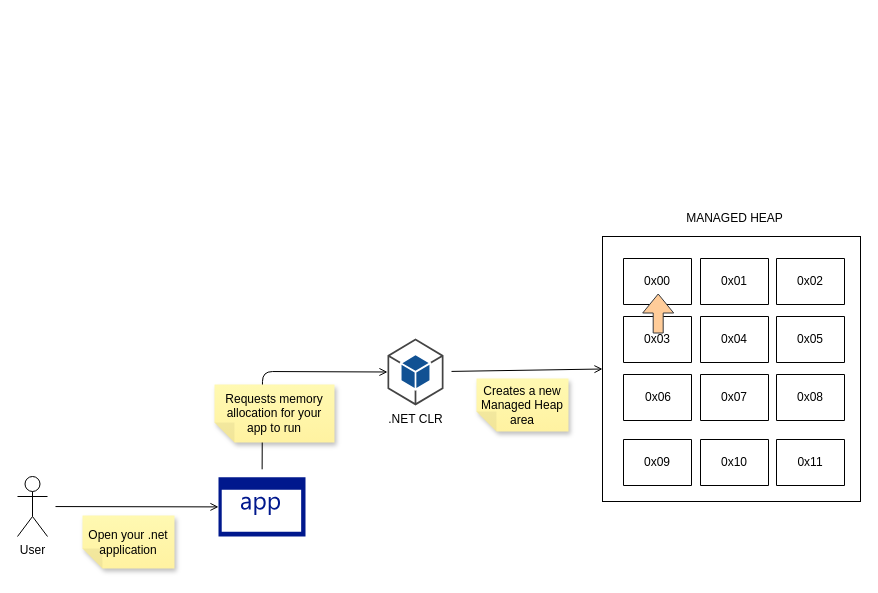
Before: garbage_collector.drawio in otaviolarrosa/diagrams, a draw.io diagram. Source tidied: cells renumbered, new cells numbered last; positions are measured from the earlier drawing's top-left corner, leaving out a move shared by most shapes. Both pictures are drawn from the tidied source at 100%, with x=0, y=0 at pixel (17, 203).
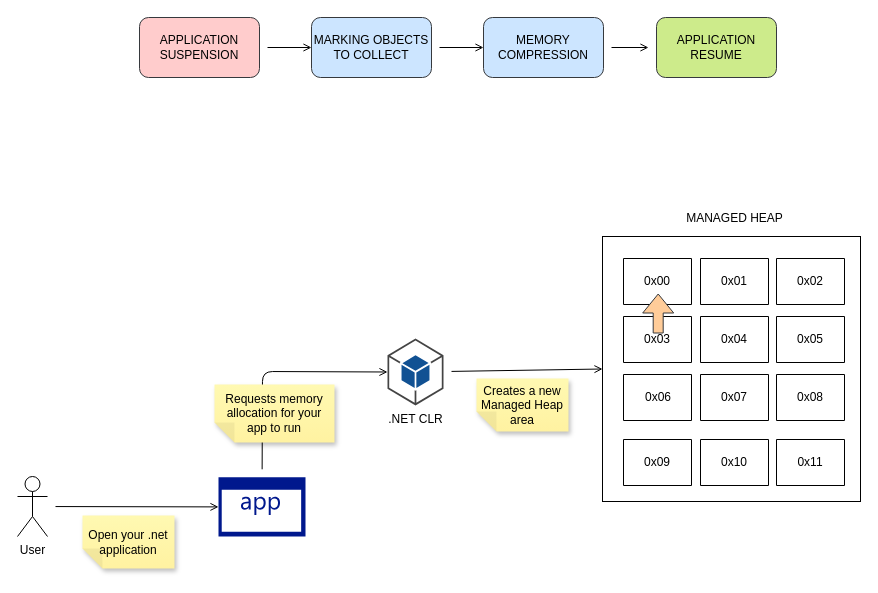
Above is the later version.

What changed in the source:
```diff
@@
+    <mxCell id="38" style="edgeStyle=none;jettySize=auto;html=1;entryX=0;entryY=0.5;entryDx=0;entryDy=0;endArrow=open;sourcePerimeterSpacing=8;targetPerimeterSpacing=8;" parent="1" edge="1" source="39" target="41">
+      <mxGeometry relative="1" as="geometry" />
+    </mxCell>
+    <mxCell id="39" value="APPLICATION SUSPENSION" style="rounded=1;whiteSpace=wrap;html=1;fillColor=#ffcccc;strokeColor=#36393d;" parent="1" vertex="1">
+      <mxGeometry x="122" y="-186" width="120" height="60" as="geometry" />
+    </mxCell>
+    <mxCell id="40" style="edgeStyle=none;jettySize=auto;html=1;entryX=0;entryY=0.5;entryDx=0;entryDy=0;endArrow=open;sourcePerimeterSpacing=8;targetPerimeterSpacing=8;" parent="1" edge="1" source="41" target="43">
+      <mxGeometry relative="1" as="geometry" />
+    </mxCell>
+    <mxCell id="41" value="MARKING OBJECTS TO COLLECT" style="rounded=1;whiteSpace=wrap;html=1;fillColor=#cce5ff;strokeColor=#36393d;" parent="1" vertex="1">
+      <mxGeometry x="294" y="-186" width="120" height="60" as="geometry" />
+    </mxCell>
+    <mxCell id="42" style="edgeStyle=none;jettySize=auto;html=1;endArrow=open;sourcePerimeterSpacing=8;targetPerimeterSpacing=8;" parent="1" edge="1" source="43" target="44">
+      <mxGeometry relative="1" as="geometry" />
+    </mxCell>
+    <mxCell id="43" value="MEMORY COMPRESSION" style="rounded=1;whiteSpace=wrap;html=1;fillColor=#cce5ff;strokeColor=#36393d;" parent="1" vertex="1">
+      <mxGeometry x="466" y="-186" width="120" height="60" as="geometry" />
+    </mxCell>
+    <mxCell id="44" value="APPLICATION RESUME" style="rounded=1;whiteSpace=wrap;html=1;fillColor=#cdeb8b;strokeColor=#36393d;" parent="1" vertex="1">
+      <mxGeometry x="639" y="-186" width="120" height="60" as="geometry" />
+    </mxCell>
```
